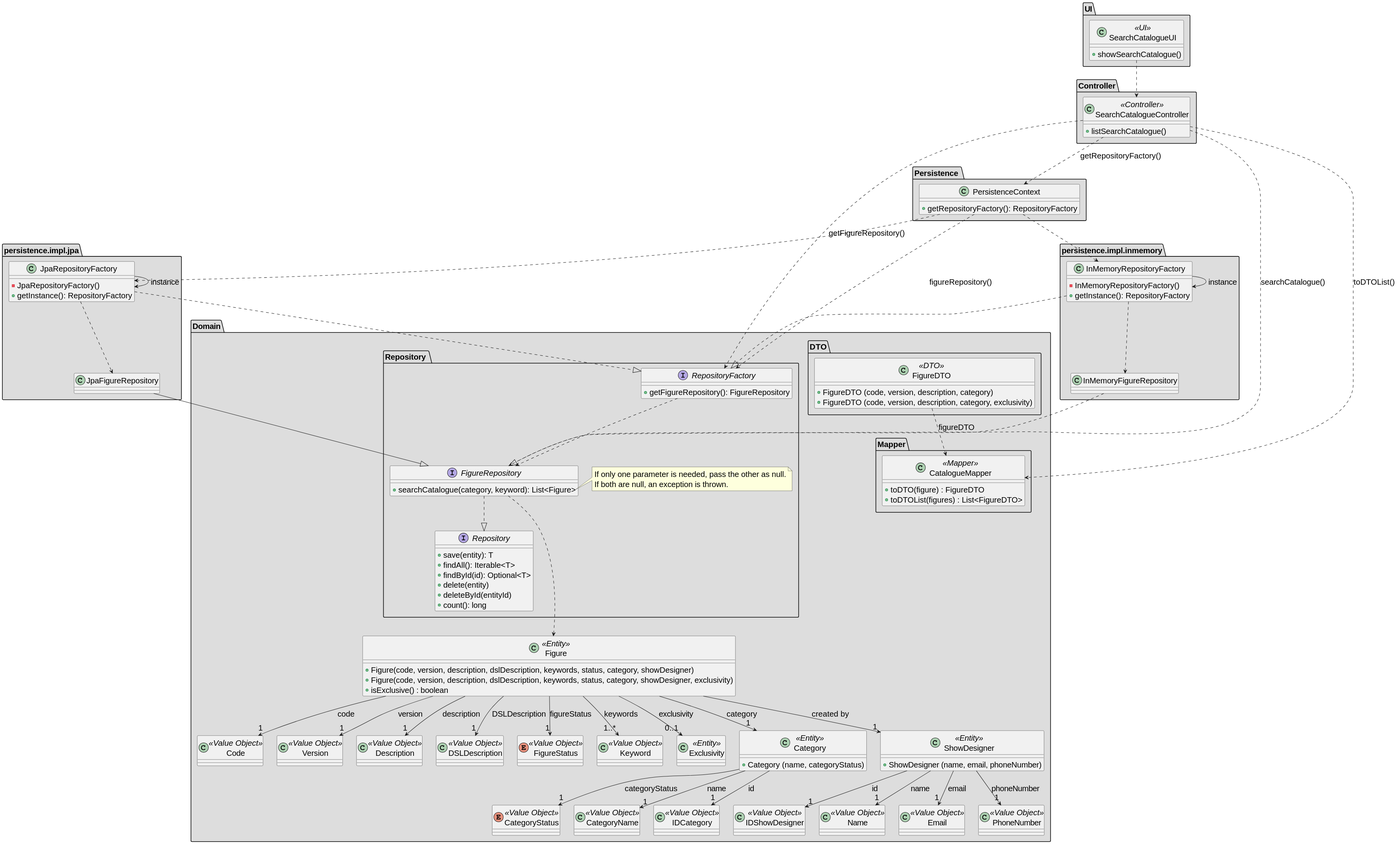
diogoveirospro/sem4pi-2024-2025-sem4pi_2024_2025_g44 keeps this PlantUML diagram as docs/SPRINT_2/US232/images/class_diagram_us232.svg. Above is the earlier version. Source of this version:
```plantuml
@startuml
skinparamlocked defaultFontSize 20
set separator none

package "Persistence " #DDDDDD {
    class PersistenceContext {
        + getRepositoryFactory(): RepositoryFactory
    }
}

package "persistence.impl.jpa" #DDDDDD {
    class JpaRepositoryFactory {
        - JpaRepositoryFactory()
        + getInstance(): RepositoryFactory
    }

    class JpaFigureRepository {
    }

}

package "persistence.impl.inmemory" #DDDDDD {
    class InMemoryRepositoryFactory {
        - InMemoryRepositoryFactory()
        + getInstance(): RepositoryFactory
    }

    class InMemoryFigureRepository {
    }
}

package "Domain" #DDDDDD {

    package "DTO" #DDDDDD {
        class FigureDTO <<DTO>> {
            + FigureDTO (code, version, description, category)
            + FigureDTO (code, version, description, category, exclusivity)
        }
    }

    package "Mapper" #DDDDDD {
        class CatalogueMapper <<Mapper>> {
            + toDTO(figure) : FigureDTO
            + toDTOList(figures) : List<FigureDTO>
        }
    }

    package "Repository " #DDDDDD {
        interface Repository {
            + save(entity): T
            + findAll(): Iterable<T>
            + findById(id): Optional<T>
            + delete(entity)
            + deleteById(entityId)
            + count(): long
        }


        interface RepositoryFactory {
            + getFigureRepository(): FigureRepository
        }

        interface FigureRepository {
            + searchCatalogue(category, keyword): List<Figure>
        }

        note right of FigureRepository::searchCatalogue
        If only one parameter is needed, pass the other as null.
        If both are null, an exception is thrown.
        end note

    }

    class Figure <<Entity>>{
        + Figure(code, version, description, dslDescription, keywords, status, category, showDesigner)
        + Figure(code, version, description, dslDescription, keywords, status, category, showDesigner, exclusivity)
        + isExclusive() : boolean
    }

    class Code <<Value Object>>{
    }

    class Version <<Value Object>>{
    }

    class Description <<Value Object>>{
    }

    class DSLDescription <<Value Object>>{
    }

    enum FigureStatus <<Value Object>>{
    }

    class Keyword <<Value Object>>{
    }

    class Exclusivity <<Entity>>{
    }


    class Category <<Entity>>{
        + Category (name, categoryStatus)
    }

    class IDCategory <<Value Object>>{
    }

    enum CategoryStatus <<Value Object>>{
    }

    class CategoryName <<Value Object>>{
    }


    class ShowDesigner <<Entity>>{
        + ShowDesigner (name, email, phoneNumber)
    }

    class IDShowDesigner <<Value Object>>{
    }


    class Name <<Value Object>>{
    }

    class Email <<Value Object>>{
    }

    class PhoneNumber <<Value Object>>{
    }

}

package "UI" #DDDDDD {
    class SearchCatalogueUI <<UI>> {
        + showSearchCatalogue()
    }
}

package "Controller" #DDDDDD {
    class SearchCatalogueController <<Controller>> {
        + listSearchCatalogue()
    }
}


    PersistenceContext ..> RepositoryFactory: figureRepository()
    PersistenceContext ..> JpaRepositoryFactory
    PersistenceContext ..> InMemoryRepositoryFactory


    JpaFigureRepository --|> FigureRepository

    JpaRepositoryFactory ..|> RepositoryFactory
    JpaRepositoryFactory ..> JpaFigureRepository
    JpaRepositoryFactory --> JpaRepositoryFactory: instance


    InMemoryFigureRepository ..|> FigureRepository

    InMemoryRepositoryFactory ..|> RepositoryFactory
    InMemoryRepositoryFactory ..> InMemoryFigureRepository
    InMemoryRepositoryFactory --> InMemoryRepositoryFactory: instance


    FigureDTO ..> CatalogueMapper : figureDTO


    FigureRepository ..|> Repository
    FigureRepository ...> Figure

    RepositoryFactory ..> FigureRepository


    Figure --> "1" DSLDescription: DSLDescription
    Figure --> "1..*" Keyword: keywords
    Figure --> "1" Code: code
    Figure --> "1" Version: version
    Figure --> "1" Description: description
    Figure --> "1" FigureStatus: figureStatus
    Figure --> "1" Category: category
    Figure --> "1" ShowDesigner: created by
    Figure --> "0..1" Exclusivity: exclusivity

    Category --> "1" IDCategory: id
    Category --> "1" CategoryStatus: categoryStatus
    Category --> "1" CategoryName: name

    ShowDesigner --> "1" IDShowDesigner: id
    ShowDesigner --> "1" Name: name
    ShowDesigner --> "1" Email: email
    ShowDesigner --> "1" PhoneNumber: phoneNumber


    SearchCatalogueUI ..> SearchCatalogueController


    SearchCatalogueController ..> PersistenceContext : getRepositoryFactory()
    SearchCatalogueController ..> RepositoryFactory : getFigureRepository()
    SearchCatalogueController ..> FigureRepository : searchCatalogue()
    SearchCatalogueController ..> CatalogueMapper : toDTOList()
@enduml
```
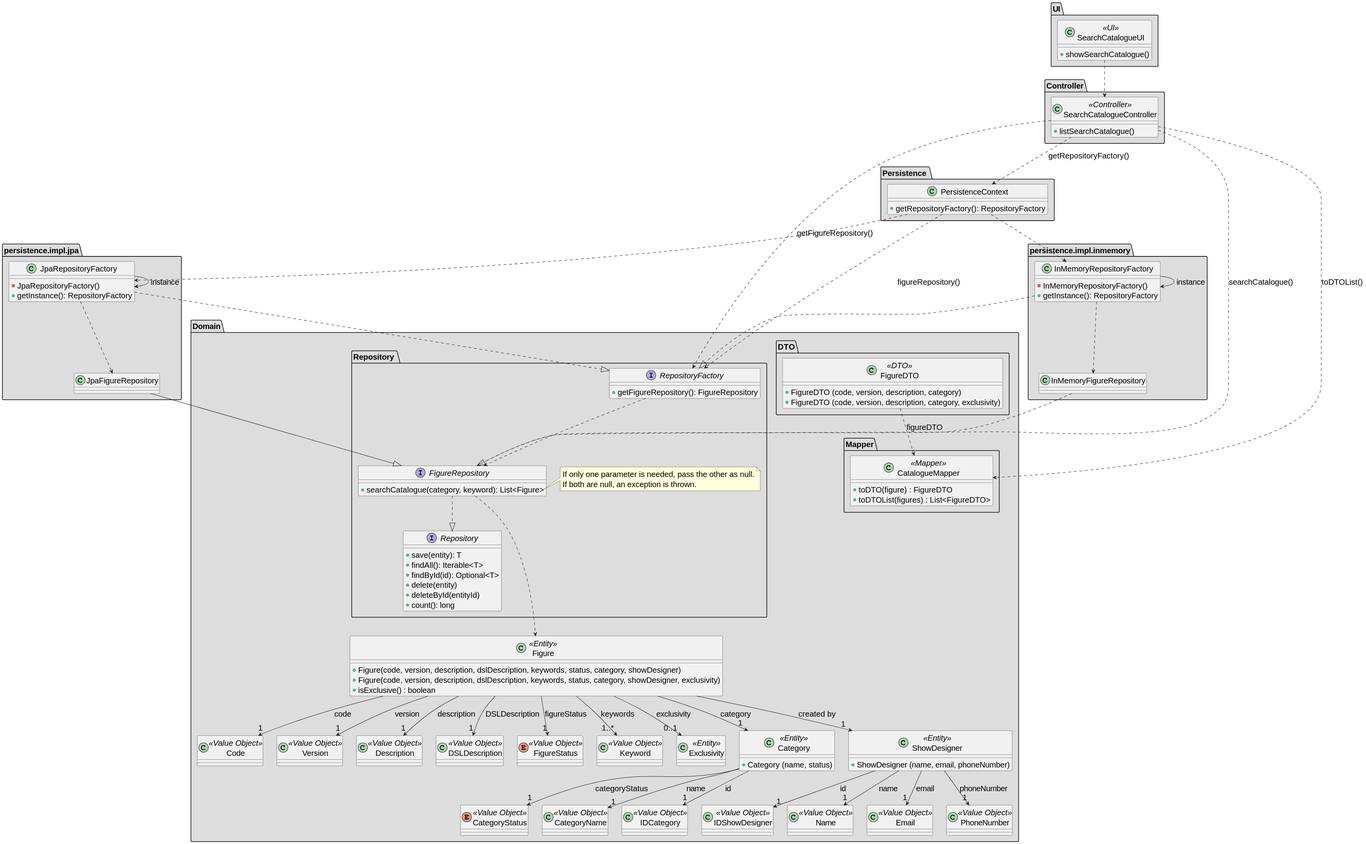
Later version of the same file.

Change to the diagram source:
```diff
@@ -100,7 +100,7 @@
 
 
     class Category <<Entity>>{
-        + Category (name, categoryStatus)
+        + Category (name, status)
     }
 
     class IDCategory <<Value Object>>{
```
